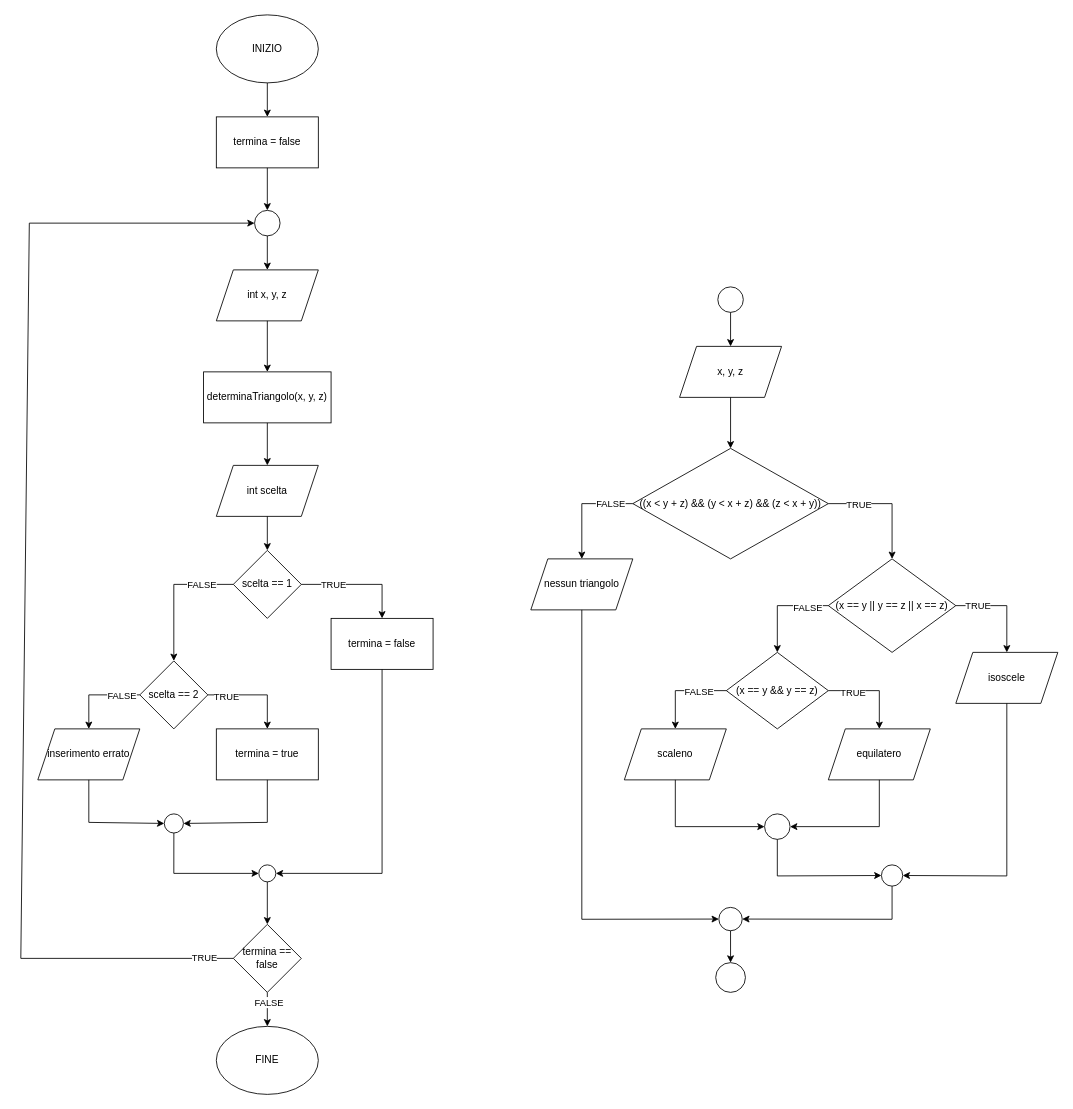
Above: drawio charts/Esercizio9.drawio in R3tr0R4ke/Uni-C-exercise (draw.io), before the change. Source tidied: cells renumbered, new cells numbered last; positions are measured from the earlier drawing's top-left corner, leaving out a move shared by most shapes. Both pictures are drawn from the tidied source at 85%, with x=0, y=0 at pixel (20, 14).
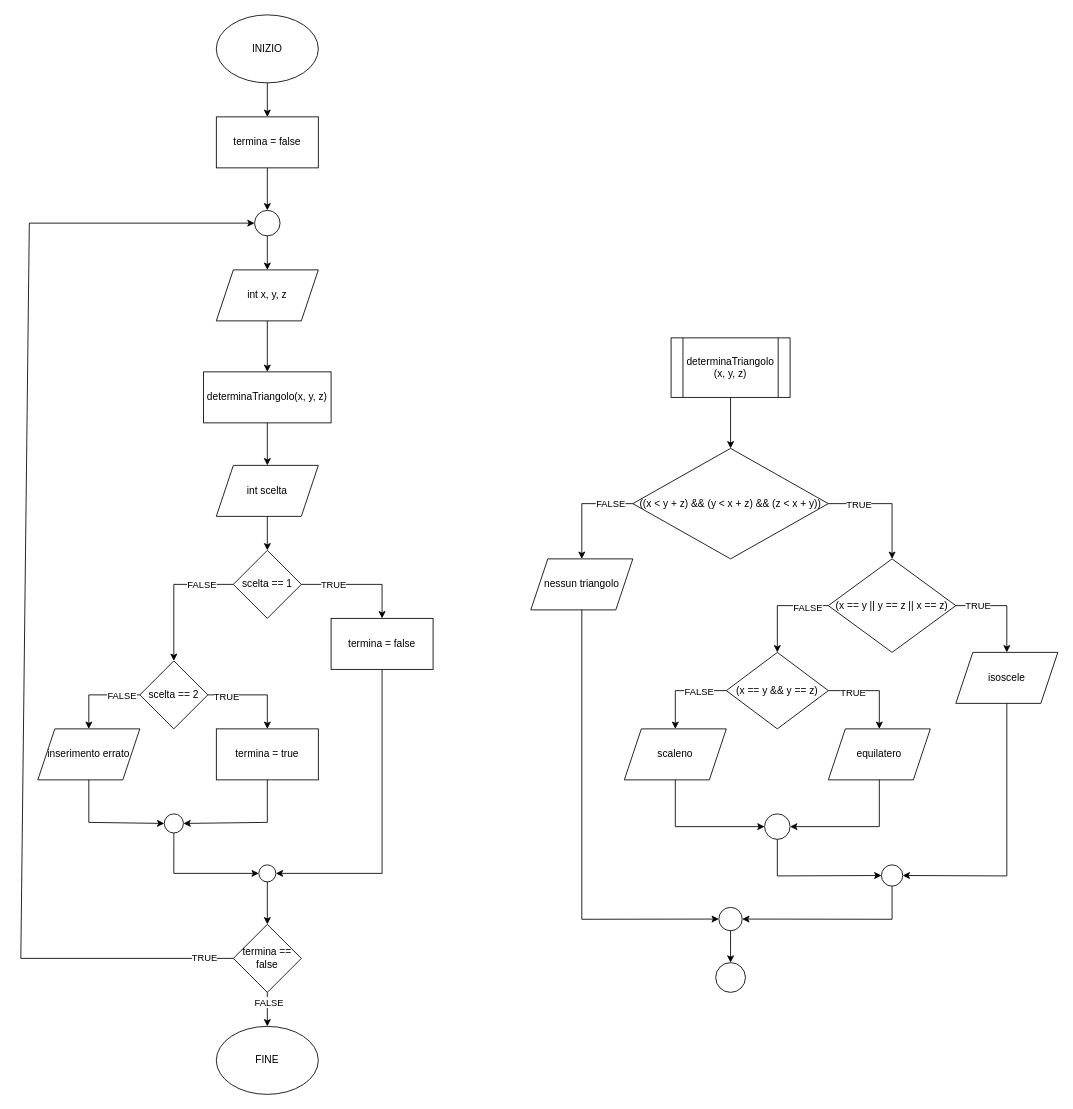
After the change.

Commit message (it also covers changes not shown here):
esercizio Potenza

The change refers to these unchanged cells:
```xml
<mxCell id="43" value="((x &amp;lt; y + z) &amp;amp;&amp;amp; (y &amp;lt; x + z) &amp;amp;&amp;amp; (z &amp;lt; x + y))" style="rhombus;whiteSpace=wrap;html=1;" parent="1" vertex="1">
  <mxGeometry x="720" y="510" width="230" height="130" as="geometry" />
</mxCell>
```

Change to the diagram source:
```diff
@@
-    <mxCell id="40" style="ellipse;whiteSpace=wrap;html=1;" parent="1" vertex="1">
-      <mxGeometry x="820" y="320" width="30" height="30" as="geometry" />
-    </mxCell>
-    <mxCell id="41" style="endArrow=classic;html=1;rounded=0;exitX=0.5;exitY=1;exitDx=0;exitDy=0;" parent="1" edge="1" source="40" target="42">
-      <mxGeometry relative="1" as="geometry" />
-    </mxCell>
-    <mxCell id="42" value="x, y, z" style="shape=parallelogram;perimeter=parallelogramPerimeter;whiteSpace=wrap;html=1;fixedSize=1;" parent="1" vertex="1">
-      <mxGeometry x="775" y="390" width="120" height="60" as="geometry" />
-    </mxCell>
@@
-    <mxCell id="44" style="endArrow=classic;html=1;rounded=0;exitX=0.5;exitY=1;exitDx=0;exitDy=0;entryX=0.5;entryY=0;entryDx=0;entryDy=0;" parent="1" edge="1" source="42" target="43">
+    <mxCell id="44" style="endArrow=classic;html=1;rounded=0;exitX=0.5;exitY=1;exitDx=0;exitDy=0;entryX=0.5;entryY=0;entryDx=0;entryDy=0;" parent="1" edge="1" source="74" target="43">
       <mxGeometry relative="1" as="geometry" />
     </mxCell>
@@
+    <mxCell id="74" value="determinaTriangolo&lt;br&gt;(x, y, z)" style="shape=process;whiteSpace=wrap;html=1;backgroundOutline=1;" parent="1" vertex="1">
+      <mxGeometry x="765" y="380" width="140" height="70" as="geometry" />
+    </mxCell>
```
